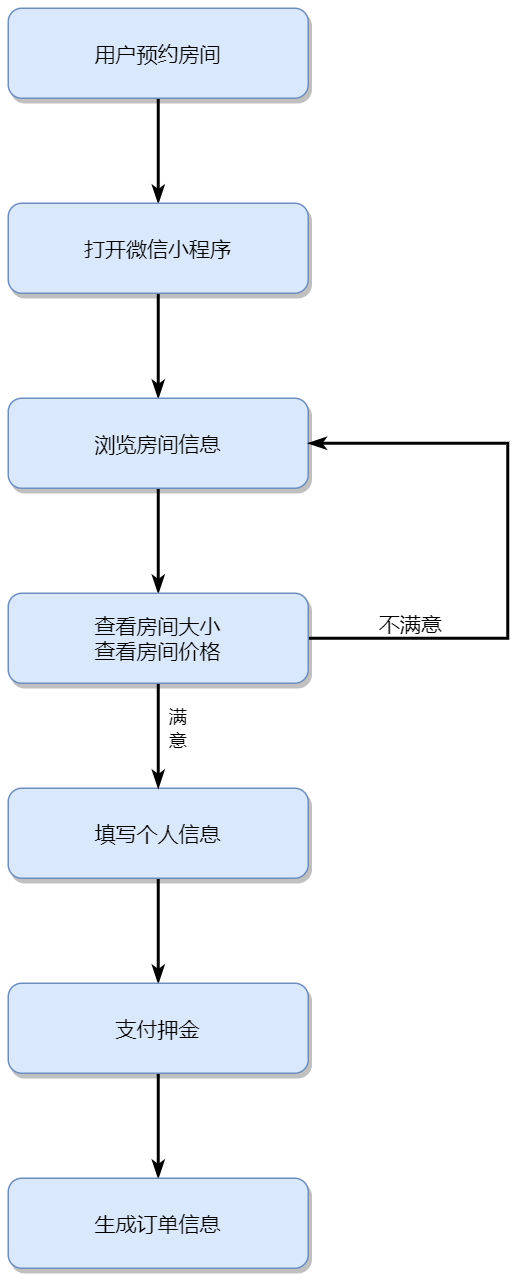
Earlier version of the draw.io export docs/src/客户预订.png (AndSonder/smart-hotel-database). Source tidied: cells renumbered, new cells last; positions are measured from the earlier drawing's top-left corner, leaving out a move shared by most shapes. Source of this version:
```xml
<mxGraphModel>
  <root>
    <mxCell id="0" />
    <mxCell id="1" parent="0" />
    <mxCell id="2" style="edgeStyle=none;rounded=0;jettySize=auto;html=1;exitX=0.5;exitY=1;exitDx=0;exitDy=0;startArrow=none;startFill=0;endArrow=classicThin;endFill=1;strokeColor=#000000;strokeWidth=2;" parent="1" edge="1" source="3" target="5">
      <mxGeometry relative="1" as="geometry" />
    </mxCell>
    <mxCell id="3" value="用户预约房间" style="rounded=1;fillColor=#dae8fc;strokeColor=#6c8ebf;shadow=1;fontStyle=0;fontSize=14;" parent="1" vertex="1">
      <mxGeometry width="200" height="60" as="geometry" />
    </mxCell>
    <mxCell id="4" style="edgeStyle=none;rounded=0;jettySize=auto;html=1;exitX=0.5;exitY=1;exitDx=0;exitDy=0;startArrow=none;startFill=0;endArrow=classicThin;endFill=1;strokeColor=#000000;strokeWidth=2;" parent="1" edge="1" source="5" target="7">
      <mxGeometry relative="1" as="geometry" />
    </mxCell>
    <mxCell id="5" value="打开微信小程序" style="rounded=1;fillColor=#dae8fc;strokeColor=#6c8ebf;shadow=1;fontStyle=0;fontSize=14;" parent="1" vertex="1">
      <mxGeometry y="130" width="200" height="60" as="geometry" />
    </mxCell>
    <mxCell id="6" style="edgeStyle=orthogonalEdgeStyle;rounded=0;jettySize=auto;html=1;exitX=0.5;exitY=1;exitDx=0;exitDy=0;entryX=0.5;entryY=0;entryDx=0;entryDy=0;startArrow=none;startFill=0;endArrow=classicThin;endFill=1;strokeColor=#000000;strokeWidth=2;" parent="1" edge="1" source="7" target="15">
      <mxGeometry relative="1" as="geometry" />
    </mxCell>
    <mxCell id="7" value="浏览房间信息" style="rounded=1;fillColor=#dae8fc;strokeColor=#6c8ebf;shadow=1;fontStyle=0;fontSize=14;" parent="1" vertex="1">
      <mxGeometry y="260" width="200" height="60" as="geometry" />
    </mxCell>
    <mxCell id="8" style="edgeStyle=orthogonalEdgeStyle;rounded=0;jettySize=auto;html=1;exitX=0.5;exitY=1;exitDx=0;exitDy=0;entryX=0.5;entryY=0;entryDx=0;entryDy=0;startArrow=none;startFill=0;endArrow=classicThin;endFill=1;strokeColor=#000000;strokeWidth=2;" parent="1" edge="1" source="9" target="11">
      <mxGeometry relative="1" as="geometry" />
    </mxCell>
    <mxCell id="9" value="填写个人信息" style="rounded=1;fillColor=#dae8fc;strokeColor=#6c8ebf;shadow=1;fontStyle=0;fontSize=14;" parent="1" vertex="1">
      <mxGeometry y="520" width="200" height="60" as="geometry" />
    </mxCell>
    <mxCell id="10" style="edgeStyle=orthogonalEdgeStyle;rounded=0;jettySize=auto;html=1;exitX=0.5;exitY=1;exitDx=0;exitDy=0;startArrow=none;startFill=0;endArrow=classicThin;endFill=1;strokeColor=#000000;strokeWidth=2;" parent="1" edge="1" source="11" target="12">
      <mxGeometry relative="1" as="geometry" />
    </mxCell>
    <mxCell id="11" value="支付押金" style="rounded=1;fillColor=#dae8fc;strokeColor=#6c8ebf;shadow=1;fontStyle=0;fontSize=14;" parent="1" vertex="1">
      <mxGeometry y="650" width="200" height="60" as="geometry" />
    </mxCell>
    <mxCell id="12" value="生成订单信息" style="rounded=1;fillColor=#dae8fc;strokeColor=#6c8ebf;shadow=1;fontStyle=0;fontSize=14;" parent="1" vertex="1">
      <mxGeometry y="780" width="200" height="60" as="geometry" />
    </mxCell>
    <mxCell id="13" style="edgeStyle=orthogonalEdgeStyle;rounded=0;jettySize=auto;html=1;exitX=0.5;exitY=1;exitDx=0;exitDy=0;startArrow=none;startFill=0;endArrow=classicThin;endFill=1;strokeColor=#000000;strokeWidth=2;" parent="1" edge="1" source="15" target="9">
      <mxGeometry relative="1" as="geometry" />
    </mxCell>
    <mxCell id="14" style="edgeStyle=orthogonalEdgeStyle;rounded=0;jettySize=auto;html=1;exitX=1;exitY=0.5;exitDx=0;exitDy=0;entryX=1;entryY=0.5;entryDx=0;entryDy=0;startArrow=none;startFill=0;endArrow=classicThin;endFill=1;strokeColor=#000000;strokeWidth=2;" parent="1" edge="1" source="15" target="7">
      <mxGeometry relative="1" as="geometry">
        <Array as="points">
          <mxPoint x="333" y="420" />
          <mxPoint x="333" y="290" />
        </Array>
      </mxGeometry>
    </mxCell>
    <mxCell id="15" value="查看房间大小&#10;查看房间价格" style="rounded=1;fillColor=#dae8fc;strokeColor=#6c8ebf;shadow=1;fontStyle=0;fontSize=14;" parent="1" vertex="1">
      <mxGeometry y="390" width="200" height="60" as="geometry" />
    </mxCell>
    <mxCell id="16" value="&lt;font style=&quot;font-size: 14px&quot;&gt;不满意&lt;/font&gt;" style="text;html=1;align=center;verticalAlign=middle;strokeColor=none;" parent="1" vertex="1">
      <mxGeometry x="238" y="400" width="60" height="20" as="geometry" />
    </mxCell>
    <mxCell id="17" value="满&lt;br style=&quot;font-size: 14px&quot;&gt;意" style="text;html=1;align=center;verticalAlign=middle;strokeColor=none;" parent="1" vertex="1">
      <mxGeometry x="98" y="465" width="30" height="30" as="geometry" />
    </mxCell>
  </root>
</mxGraphModel>
```
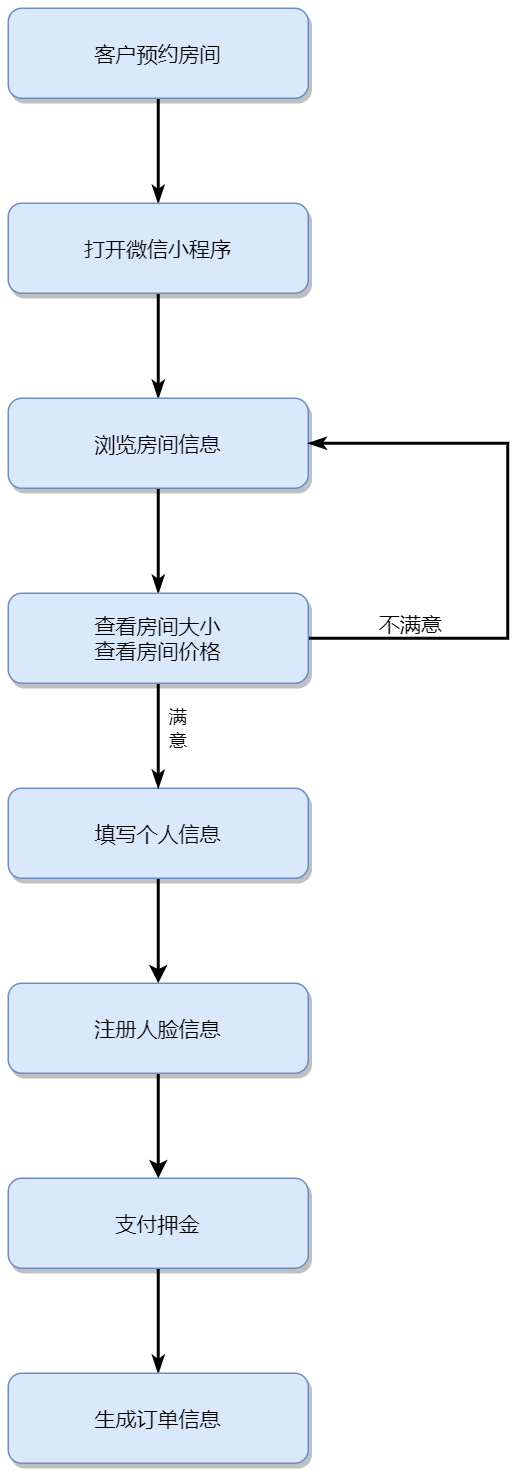
Later version of the same file.

Diff of the diagram source:
```diff
@@ -5,7 +5,7 @@
     <mxCell id="2" style="edgeStyle=none;rounded=0;jettySize=auto;html=1;exitX=0.5;exitY=1;exitDx=0;exitDy=0;startArrow=none;startFill=0;endArrow=classicThin;endFill=1;strokeColor=#000000;strokeWidth=2;" parent="1" edge="1" source="3" target="5">
       <mxGeometry relative="1" as="geometry" />
     </mxCell>
-    <mxCell id="3" value="用户预约房间" style="rounded=1;fillColor=#dae8fc;strokeColor=#6c8ebf;shadow=1;fontStyle=0;fontSize=14;" parent="1" vertex="1">
+    <mxCell id="3" value="客户预约房间" style="rounded=1;fillColor=#dae8fc;strokeColor=#6c8ebf;shadow=1;fontStyle=0;fontSize=14;" parent="1" vertex="1">
       <mxGeometry width="200" height="60" as="geometry" />
     </mxCell>
     <mxCell id="4" style="edgeStyle=none;rounded=0;jettySize=auto;html=1;exitX=0.5;exitY=1;exitDx=0;exitDy=0;startArrow=none;startFill=0;endArrow=classicThin;endFill=1;strokeColor=#000000;strokeWidth=2;" parent="1" edge="1" source="5" target="7">
@@ -20,9 +20,9 @@
     <mxCell id="7" value="浏览房间信息" style="rounded=1;fillColor=#dae8fc;strokeColor=#6c8ebf;shadow=1;fontStyle=0;fontSize=14;" parent="1" vertex="1">
       <mxGeometry y="260" width="200" height="60" as="geometry" />
     </mxCell>
-    <mxCell id="8" style="edgeStyle=orthogonalEdgeStyle;rounded=0;jettySize=auto;html=1;exitX=0.5;exitY=1;exitDx=0;exitDy=0;entryX=0.5;entryY=0;entryDx=0;entryDy=0;startArrow=none;startFill=0;endArrow=classicThin;endFill=1;strokeColor=#000000;strokeWidth=2;" parent="1" edge="1" source="9" target="11">
-      <mxGeometry relative="1" as="geometry" />
-    </mxCell>
+    <mxCell id="18" style="edgeStyle=orthogonalEdgeStyle;rounded=0;jettySize=auto;html=1;exitX=0.5;exitY=1;exitDx=0;exitDy=0;strokeWidth=2;" parent="1" edge="1" source="9" target="20">
+      <mxGeometry relative="1" as="geometry" />
+    </mxCell>
     <mxCell id="9" value="填写个人信息" style="rounded=1;fillColor=#dae8fc;strokeColor=#6c8ebf;shadow=1;fontStyle=0;fontSize=14;" parent="1" vertex="1">
       <mxGeometry y="520" width="200" height="60" as="geometry" />
     </mxCell>
@@ -30,10 +30,10 @@
       <mxGeometry relative="1" as="geometry" />
     </mxCell>
     <mxCell id="11" value="支付押金" style="rounded=1;fillColor=#dae8fc;strokeColor=#6c8ebf;shadow=1;fontStyle=0;fontSize=14;" parent="1" vertex="1">
-      <mxGeometry y="650" width="200" height="60" as="geometry" />
+      <mxGeometry y="780" width="200" height="60" as="geometry" />
     </mxCell>
     <mxCell id="12" value="生成订单信息" style="rounded=1;fillColor=#dae8fc;strokeColor=#6c8ebf;shadow=1;fontStyle=0;fontSize=14;" parent="1" vertex="1">
-      <mxGeometry y="780" width="200" height="60" as="geometry" />
+      <mxGeometry y="910" width="200" height="60" as="geometry" />
     </mxCell>
     <mxCell id="13" style="edgeStyle=orthogonalEdgeStyle;rounded=0;jettySize=auto;html=1;exitX=0.5;exitY=1;exitDx=0;exitDy=0;startArrow=none;startFill=0;endArrow=classicThin;endFill=1;strokeColor=#000000;strokeWidth=2;" parent="1" edge="1" source="15" target="9">
       <mxGeometry relative="1" as="geometry" />
@@ -55,5 +55,11 @@
     <mxCell id="17" value="满&lt;br style=&quot;font-size: 14px&quot;&gt;意" style="text;html=1;align=center;verticalAlign=middle;strokeColor=none;" parent="1" vertex="1">
       <mxGeometry x="98" y="465" width="30" height="30" as="geometry" />
     </mxCell>
+    <mxCell id="19" style="edgeStyle=orthogonalEdgeStyle;rounded=0;jettySize=auto;html=1;exitX=0.5;exitY=1;exitDx=0;exitDy=0;strokeWidth=2;" parent="1" edge="1" source="20" target="11">
+      <mxGeometry relative="1" as="geometry" />
+    </mxCell>
+    <mxCell id="20" value="注册人脸信息" style="rounded=1;fillColor=#dae8fc;strokeColor=#6c8ebf;shadow=1;fontStyle=0;fontSize=14;" parent="1" vertex="1">
+      <mxGeometry y="650" width="200" height="60" as="geometry" />
+    </mxCell>
   </root>
 </mxGraphModel>
```
